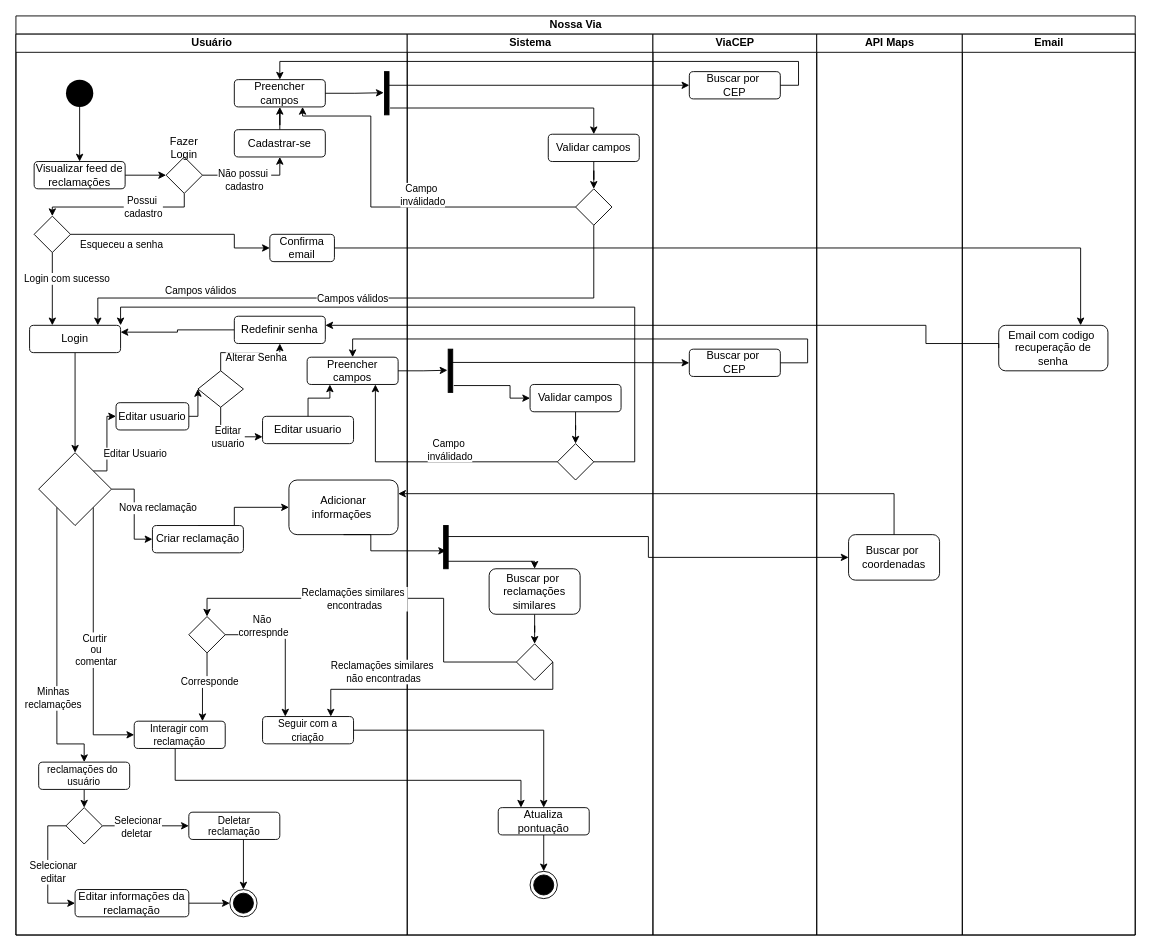
frsouzaa/Documentacao-TCC-NossaVia keeps this draw.io diagram as Documentação/Diagramas/Diagrama de Atividades.drawio. Above is the earlier version. Source tidied: cells renumbered, new cells numbered last; positions are measured from the earlier drawing's top-left corner, leaving out a move shared by most shapes. Both pictures are drawn from the tidied source at 91%, with x=0, y=0 at pixel (15, 15).
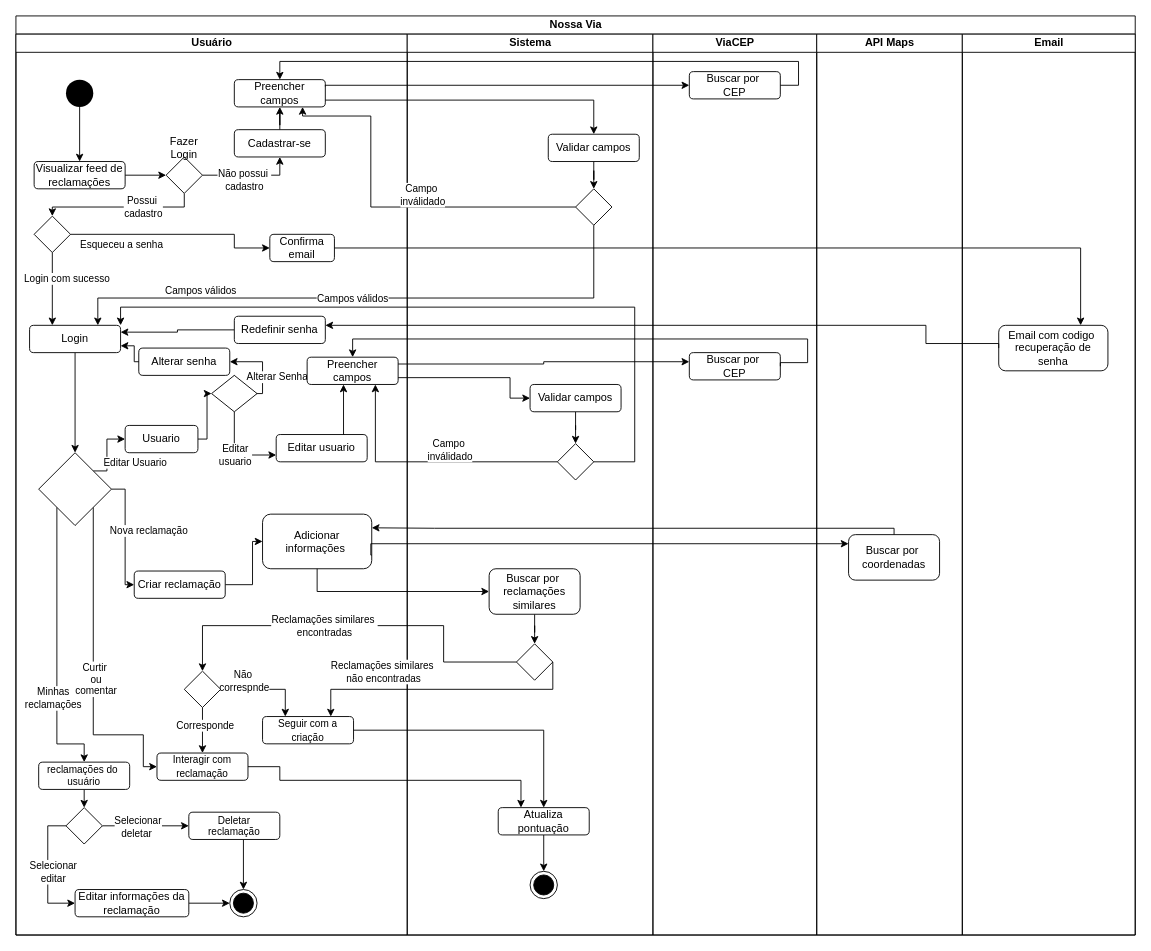
The same page after the edit.

The change refers to these unchanged cells:
```xml
<mxCell id="2" value="Nossa Via" style="swimlane;startSize=20;html=1;" parent="1" vertex="1">
  <mxGeometry width="1230" height="1010" as="geometry" />
</mxCell>
<mxCell id="3" value="Usuário" style="swimlane;startSize=20;html=1;" parent="2" vertex="1">
  <mxGeometry y="20" width="430" height="990" as="geometry" />
</mxCell>
<mxCell id="8" value="Preencher campos" style="rounded=1;whiteSpace=wrap;html=1;" parent="3" vertex="1">
  <mxGeometry x="240" y="50" width="100" height="30" as="geometry" />
</mxCell>
<mxCell id="11" value="Login" style="rounded=1;whiteSpace=wrap;html=1;" parent="3" vertex="1">
  <mxGeometry x="15" y="320" width="100" height="30" as="geometry" />
</mxCell>
<mxCell id="24" style="rhombus;whiteSpace=wrap;html=1;" parent="3" vertex="1">
  <mxGeometry x="25" y="460" width="80" height="80" as="geometry" />
</mxCell>
<mxCell id="50" value="Redefinir senha" style="rounded=1;whiteSpace=wrap;html=1;" parent="3" vertex="1">
  <mxGeometry x="240" y="310" width="100" height="30" as="geometry" />
</mxCell>
<mxCell id="65" value="Preencher campos" style="rounded=1;whiteSpace=wrap;html=1;" parent="3" vertex="1">
  <mxGeometry x="320" y="355" width="100" height="30" as="geometry" />
</mxCell>
<mxCell id="70" value="Sistema" style="swimlane;startSize=20;html=1;" parent="2" vertex="1">
  <mxGeometry x="430" y="20" width="270" height="990" as="geometry" />
</mxCell>
<mxCell id="72" value="Validar campos" style="rounded=1;whiteSpace=wrap;html=1;" parent="70" vertex="1">
  <mxGeometry x="155" y="110" width="100" height="30" as="geometry" />
</mxCell>
<mxCell id="75" value="Atualiza pontuação" style="rounded=1;whiteSpace=wrap;html=1;" parent="70" vertex="1">
  <mxGeometry x="100" y="850" width="100" height="30" as="geometry" />
</mxCell>
<mxCell id="78" value="Validar campos" style="rounded=1;whiteSpace=wrap;html=1;" parent="70" vertex="1">
  <mxGeometry x="135" y="385" width="100" height="30" as="geometry" />
</mxCell>
<mxCell id="81" value="Buscar por&amp;nbsp;&lt;div&gt;&lt;span style=&quot;text-wrap: nowrap;&quot;&gt;&lt;font style=&quot;font-size: 12px;&quot;&gt;reclamações&lt;/font&gt;&lt;/span&gt;&lt;div&gt;similares&lt;/div&gt;&lt;/div&gt;" style="rounded=1;whiteSpace=wrap;html=1;" parent="70" vertex="1">
  <mxGeometry x="90" y="587.5" width="100" height="50" as="geometry" />
</mxCell>
<mxCell id="82" style="rhombus;whiteSpace=wrap;html=1;" parent="70" vertex="1">
  <mxGeometry x="120" y="670" width="40" height="40" as="geometry" />
</mxCell>
<mxCell id="93" value="ViaCEP" style="swimlane;startSize=20;html=1;" parent="2" vertex="1">
  <mxGeometry x="700" y="20" width="180" height="990" as="geometry" />
</mxCell>
<mxCell id="94" value="Buscar por&amp;nbsp;&lt;div&gt;&lt;div&gt;CEP&lt;/div&gt;&lt;/div&gt;" style="rounded=1;whiteSpace=wrap;html=1;" parent="93" vertex="1">
  <mxGeometry x="40" y="41.2" width="100" height="30" as="geometry" />
</mxCell>
<mxCell id="99" value="Buscar por&amp;nbsp;&lt;div&gt;coordenadas&lt;/div&gt;" style="rounded=1;whiteSpace=wrap;html=1;" parent="98" vertex="1">
  <mxGeometry x="35" y="550" width="100" height="50" as="geometry" />
</mxCell>
```

Change to the diagram source:
```diff
@@
     <mxCell id="16" style="edgeStyle=orthogonalEdgeStyle;rounded=0;jettySize=auto;html=1;exitX=1;exitY=0.5;exitDx=0;exitDy=0;entryX=0;entryY=0.5;entryDx=0;entryDy=0;" parent="3" edge="1" source="24" target="26">
       <mxGeometry relative="1" as="geometry">
         <Array as="points">
-          <mxPoint x="130" y="500" />
-          <mxPoint x="130" y="555" />
+          <mxPoint x="120" y="500" />
+          <mxPoint x="120" y="605" />
         </Array>
       </mxGeometry>
     </mxCell>
@@
     <mxCell id="20" style="edgeStyle=orthogonalEdgeStyle;rounded=0;jettySize=auto;html=1;exitX=1;exitY=1;exitDx=0;exitDy=0;entryX=0;entryY=0.5;entryDx=0;entryDy=0;" parent="3" edge="1" source="24" target="28">
       <mxGeometry relative="1" as="geometry">
         <Array as="points">
           <mxPoint x="85" y="770" />
+          <mxPoint x="140" y="770" />
+          <mxPoint x="140" y="805" />
         </Array>
       </mxGeometry>
     </mxCell>
@@
     <mxCell id="22" style="edgeStyle=orthogonalEdgeStyle;rounded=0;jettySize=auto;html=1;exitX=1;exitY=0;exitDx=0;exitDy=0;entryX=0;entryY=0.5;entryDx=0;entryDy=0;" parent="3" edge="1" source="24" target="57">
       <mxGeometry relative="1" as="geometry">
         <Array as="points">
           <mxPoint x="100" y="480" />
-          <mxPoint x="100" y="420" />
+          <mxPoint x="100" y="445" />
         </Array>
       </mxGeometry>
     </mxCell>
     <mxCell id="23" value="Editar Usuario" style="edgeLabel;html=1;align=center;verticalAlign=middle;" parent="22" vertex="1">
       <mxGeometry x="-0.16" relative="1" as="geometry">
-        <mxPoint x="30" y="1" as="offset" />
+        <mxPoint x="30" y="4" as="offset" />
       </mxGeometry>
     </mxCell>
@@
-    <mxCell id="25" style="edgeStyle=orthogonalEdgeStyle;rounded=0;jettySize=auto;html=1;exitX=0.5;exitY=0;exitDx=0;exitDy=0;entryX=0;entryY=0.5;entryDx=0;entryDy=0;" parent="3" edge="1" source="26" target="27">
+    <mxCell id="25" style="edgeStyle=orthogonalEdgeStyle;rounded=0;jettySize=auto;html=1;exitX=1;exitY=0.5;exitDx=0;exitDy=0;entryX=0;entryY=0.5;entryDx=0;entryDy=0;" parent="3" edge="1" source="26" target="27">
       <mxGeometry relative="1" as="geometry">
         <Array as="points">
-          <mxPoint x="240" y="520" />
+          <mxPoint x="260" y="605" />
+          <mxPoint x="260" y="558" />
+          <mxPoint x="271" y="558" />
         </Array>
       </mxGeometry>
     </mxCell>
     <mxCell id="26" value="&lt;font style=&quot;font-size: 12px;&quot;&gt;Criar&amp;nbsp;&lt;span style=&quot;text-wrap: nowrap;&quot;&gt;reclamação&lt;/span&gt;&lt;/font&gt;" style="rounded=1;whiteSpace=wrap;html=1;" parent="3" vertex="1">
-      <mxGeometry x="150" y="540" width="100" height="30" as="geometry" />
+      <mxGeometry x="130" y="590" width="100" height="30" as="geometry" />
     </mxCell>
     <mxCell id="27" value="Adicionar informações&amp;nbsp;" style="rounded=1;whiteSpace=wrap;html=1;" parent="3" vertex="1">
-      <mxGeometry x="300" y="490" width="120" height="60" as="geometry" />
+      <mxGeometry x="271" y="527.5" width="120" height="60" as="geometry" />
     </mxCell>
     <mxCell id="28" value="&lt;span style=&quot;font-size: 11px;&quot;&gt;Interagir com reclamação&lt;/span&gt;" style="rounded=1;whiteSpace=wrap;html=1;" parent="3" vertex="1">
-      <mxGeometry x="130" y="755" width="100" height="30" as="geometry" />
+      <mxGeometry x="155" y="790" width="100" height="30" as="geometry" />
     </mxCell>
@@
-    <mxCell id="41" style="edgeStyle=orthogonalEdgeStyle;rounded=0;jettySize=auto;html=1;entryX=0.75;entryY=0;entryDx=0;entryDy=0;" parent="3" edge="1" source="45" target="28">
+    <mxCell id="41" style="edgeStyle=orthogonalEdgeStyle;rounded=0;jettySize=auto;html=1;entryX=0.5;entryY=0;entryDx=0;entryDy=0;" parent="3" edge="1" source="45" target="28">
       <mxGeometry relative="1" as="geometry" />
     </mxCell>
@@
     <mxCell id="45" style="rhombus;whiteSpace=wrap;html=1;" parent="3" vertex="1">
-      <mxGeometry x="190" y="640" width="40" height="40" as="geometry" />
+      <mxGeometry x="185" y="700" width="40" height="40" as="geometry" />
     </mxCell>
@@
     <mxCell id="56" style="edgeStyle=orthogonalEdgeStyle;rounded=0;jettySize=auto;html=1;exitX=1;exitY=0.5;exitDx=0;exitDy=0;entryX=0;entryY=0.5;entryDx=0;entryDy=0;" parent="3" edge="1" source="57" target="64">
-      <mxGeometry relative="1" as="geometry" />
+      <mxGeometry relative="1" as="geometry">
+        <Array as="points">
+          <mxPoint x="210" y="445" />
+          <mxPoint x="210" y="395" />
+        </Array>
+      </mxGeometry>
     </mxCell>
-    <mxCell id="57" value="Editar usuario" style="rounded=1;whiteSpace=wrap;html=1;" parent="3" vertex="1">
-      <mxGeometry x="110" y="405" width="80" height="30" as="geometry" />
+    <mxCell id="57" value="Usuario" style="rounded=1;whiteSpace=wrap;html=1;" parent="3" vertex="1">
+      <mxGeometry x="120" y="430" width="80" height="30" as="geometry" />
     </mxCell>
@@
-    <mxCell id="60" style="html=1;points=[];perimeter=orthogonalPerimeter;fillColor=strokeColor;direction=east;" parent="3" vertex="1">
-      <mxGeometry x="405" y="41.2" width="5" height="47.5" as="geometry" />
-    </mxCell>
-    <mxCell id="61" style="edgeStyle=orthogonalEdgeStyle;rounded=0;jettySize=auto;html=1;exitX=1;exitY=0.5;exitDx=0;exitDy=0;entryX=-0.16;entryY=0.488;entryDx=0;entryDy=0;entryPerimeter=0;" parent="3" edge="1" source="8" target="60">
-      <mxGeometry relative="1" as="geometry" />
-    </mxCell>
-    <mxCell id="62" style="edgeStyle=orthogonalEdgeStyle;rounded=0;jettySize=auto;html=1;exitX=0.5;exitY=0;exitDx=0;exitDy=0;entryX=0.5;entryY=1;entryDx=0;entryDy=0;" parent="3" edge="1" source="64" target="50">
-      <mxGeometry relative="1" as="geometry" />
+    <mxCell id="62" style="edgeStyle=orthogonalEdgeStyle;rounded=0;jettySize=auto;html=1;exitX=0.5;exitY=0;exitDx=0;exitDy=0;entryX=1;entryY=0.5;entryDx=0;entryDy=0;" parent="3" edge="1" source="64" target="120">
+      <mxGeometry relative="1" as="geometry">
+        <Array as="points">
+          <mxPoint x="271" y="395" />
+          <mxPoint x="271" y="360" />
+        </Array>
+      </mxGeometry>
     </mxCell>
     <mxCell id="63" value="Alterar Senha" style="edgeLabel;html=1;align=center;verticalAlign=middle;" parent="62" vertex="1">
       <mxGeometry x="0.21" y="-3" relative="1" as="geometry">
-        <mxPoint x="-4" as="offset" />
+        <mxPoint x="12" y="4" as="offset" />
       </mxGeometry>
     </mxCell>
     <mxCell id="64" style="rhombus;whiteSpace=wrap;html=1;" parent="3" vertex="1">
-      <mxGeometry x="200" y="370" width="50" height="40" as="geometry" />
+      <mxGeometry x="215" y="375" width="50" height="40" as="geometry" />
     </mxCell>
@@
     <mxCell id="66" value="Editar usuario" style="rounded=1;whiteSpace=wrap;html=1;" parent="3" vertex="1">
-      <mxGeometry x="271" y="420" width="100" height="30" as="geometry" />
+      <mxGeometry x="286" y="440" width="100" height="30" as="geometry" />
     </mxCell>
-    <mxCell id="67" style="edgeStyle=orthogonalEdgeStyle;rounded=0;jettySize=auto;html=1;entryX=0.25;entryY=1;entryDx=0;entryDy=0;" parent="3" edge="1" source="66" target="65">
+    <mxCell id="67" style="edgeStyle=orthogonalEdgeStyle;rounded=0;jettySize=auto;html=1;exitX=0.75;exitY=0;exitDx=0;exitDy=0;" parent="3" edge="1" source="66" target="65">
       <mxGeometry relative="1" as="geometry">
         <Array as="points">
-          <mxPoint x="321" y="400" />
-          <mxPoint x="345" y="400" />
+          <mxPoint x="360" y="440" />
         </Array>
       </mxGeometry>
     </mxCell>
@@
+    <mxCell id="119" style="edgeStyle=orthogonalEdgeStyle;rounded=0;jettySize=auto;html=1;exitX=0;exitY=0.5;exitDx=0;exitDy=0;entryX=1;entryY=0.75;entryDx=0;entryDy=0;" parent="3" edge="1" source="120" target="11">
+      <mxGeometry relative="1" as="geometry">
+        <Array as="points">
+          <mxPoint x="140" y="360" />
+          <mxPoint x="130" y="360" />
+          <mxPoint x="130" y="343" />
+        </Array>
+      </mxGeometry>
+    </mxCell>
+    <mxCell id="120" value="Alterar senha" style="rounded=1;whiteSpace=wrap;html=1;" parent="3" vertex="1">
+      <mxGeometry x="135" y="345" width="100" height="30" as="geometry" />
+    </mxCell>
@@
-    <mxCell id="83" style="html=1;points=[];perimeter=orthogonalPerimeter;fillColor=strokeColor;direction=east;" parent="70" vertex="1">
-      <mxGeometry x="40" y="540" width="5" height="47.5" as="geometry" />
-    </mxCell>
-    <mxCell id="84" style="edgeStyle=orthogonalEdgeStyle;jettySize=auto;html=1;rounded=0;entryX=0.5;entryY=0;entryDx=0;entryDy=0;exitX=0.813;exitY=0.827;exitDx=0;exitDy=0;exitPerimeter=0;" parent="70" edge="1" source="83" target="81">
-      <mxGeometry relative="1" as="geometry">
-        <Array as="points">
-          <mxPoint x="140" y="579" />
-        </Array>
-      </mxGeometry>
-    </mxCell>
@@
-    <mxCell id="88" style="edgeStyle=orthogonalEdgeStyle;rounded=0;jettySize=auto;html=1;entryX=0.25;entryY=0;entryDx=0;entryDy=0;" parent="2" edge="1" source="28" target="75">
+    <mxCell id="88" style="edgeStyle=orthogonalEdgeStyle;rounded=0;jettySize=auto;html=1;entryX=0.25;entryY=0;entryDx=0;entryDy=0;exitX=1;exitY=0.5;exitDx=0;exitDy=0;" parent="2" edge="1" source="28" target="75">
       <mxGeometry relative="1" as="geometry">
         <Array as="points">
-          <mxPoint x="175" y="840" />
+          <mxPoint x="290" y="825" />
+          <mxPoint x="290" y="840" />
           <mxPoint x="555" y="840" />
         </Array>
       </mxGeometry>
     </mxCell>
     <mxCell id="89" style="edgeStyle=orthogonalEdgeStyle;rounded=0;jettySize=auto;html=1;entryX=0.5;entryY=0;entryDx=0;entryDy=0;exitX=0;exitY=0.5;exitDx=0;exitDy=0;" parent="2" edge="1" source="82" target="45">
       <mxGeometry relative="1" as="geometry">
         <Array as="points">
           <mxPoint x="470" y="710" />
-          <mxPoint x="470" y="640" />
-          <mxPoint x="210" y="640" />
+          <mxPoint x="470" y="670" />
+          <mxPoint x="205" y="670" />
         </Array>
       </mxGeometry>
     </mxCell>
@@
-    <mxCell id="95" style="html=1;points=[];perimeter=orthogonalPerimeter;fillColor=strokeColor;direction=east;" parent="93" vertex="1">
-      <mxGeometry x="-225" y="346.2" width="5" height="47.5" as="geometry" />
-    </mxCell>
     <mxCell id="96" value="Buscar por&amp;nbsp;&lt;div&gt;&lt;div&gt;CEP&lt;/div&gt;&lt;/div&gt;" style="rounded=1;whiteSpace=wrap;html=1;" parent="93" vertex="1">
-      <mxGeometry x="40" y="346.2" width="100" height="30" as="geometry" />
+      <mxGeometry x="40" y="350" width="100" height="30" as="geometry" />
     </mxCell>
-    <mxCell id="97" style="edgeStyle=orthogonalEdgeStyle;jettySize=auto;html=1;rounded=0;exitX=0.8;exitY=0.307;exitDx=0;exitDy=0;exitPerimeter=0;" parent="93" edge="1" source="95" target="96">
-      <mxGeometry relative="1" as="geometry" />
-    </mxCell>
@@
-    <mxCell id="105" style="edgeStyle=orthogonalEdgeStyle;jettySize=auto;html=1;rounded=0;entryX=0;entryY=0.5;entryDx=0;entryDy=0;exitX=0.8;exitY=0.307;exitDx=0;exitDy=0;exitPerimeter=0;" parent="2" edge="1" source="60" target="94">
+    <mxCell id="105" style="edgeStyle=orthogonalEdgeStyle;jettySize=auto;html=1;rounded=0;entryX=0;entryY=0.5;entryDx=0;entryDy=0;exitX=1;exitY=0.25;exitDx=0;exitDy=0;" parent="2" edge="1" source="8" target="94">
       <mxGeometry relative="1" as="geometry">
         <Array as="points">
-          <mxPoint x="740" y="76" />
+          <mxPoint x="340" y="76" />
         </Array>
       </mxGeometry>
     </mxCell>
@@
-    <mxCell id="107" style="edgeStyle=orthogonalEdgeStyle;jettySize=auto;html=1;rounded=0;exitX=1.231;exitY=0.842;exitDx=0;exitDy=0;exitPerimeter=0;entryX=0.5;entryY=0;entryDx=0;entryDy=0;" parent="2" edge="1" source="60" target="72">
+    <mxCell id="107" style="edgeStyle=orthogonalEdgeStyle;jettySize=auto;html=1;rounded=0;exitX=1;exitY=0.75;exitDx=0;exitDy=0;entryX=0.5;entryY=0;entryDx=0;entryDy=0;" parent="2" edge="1" source="8" target="72">
       <mxGeometry relative="1" as="geometry" />
     </mxCell>
@@
-    <mxCell id="109" style="edgeStyle=orthogonalEdgeStyle;rounded=0;jettySize=auto;html=1;exitX=1;exitY=0.5;exitDx=0;exitDy=0;entryX=-0.16;entryY=0.488;entryDx=0;entryDy=0;entryPerimeter=0;" parent="2" edge="1" source="65" target="95">
-      <mxGeometry relative="1" as="geometry" />
-    </mxCell>
@@
-    <mxCell id="113" style="edgeStyle=orthogonalEdgeStyle;jettySize=auto;html=1;rounded=0;exitX=1.231;exitY=0.842;exitDx=0;exitDy=0;exitPerimeter=0;entryX=0;entryY=0.5;entryDx=0;entryDy=0;" parent="2" edge="1" source="95" target="78">
+    <mxCell id="113" style="edgeStyle=orthogonalEdgeStyle;jettySize=auto;html=1;rounded=0;exitX=1;exitY=0.75;exitDx=0;exitDy=0;entryX=0;entryY=0.5;entryDx=0;entryDy=0;" parent="2" edge="1" source="65" target="78">
       <mxGeometry relative="1" as="geometry">
         <Array as="points">
-          <mxPoint x="543" y="406" />
+          <mxPoint x="543" y="398" />
           <mxPoint x="543" y="420" />
         </Array>
       </mxGeometry>
     </mxCell>
@@
     <mxCell id="115" style="edgeStyle=orthogonalEdgeStyle;rounded=0;jettySize=auto;html=1;exitX=0.5;exitY=0;exitDx=0;exitDy=0;entryX=1;entryY=0.25;entryDx=0;entryDy=0;" parent="2" edge="1" source="99" target="27">
       <mxGeometry relative="1" as="geometry">
         <Array as="points">
-          <mxPoint x="965" y="525" />
+          <mxPoint x="965" y="563" />
+          <mxPoint x="460" y="563" />
         </Array>
       </mxGeometry>
     </mxCell>
-    <mxCell id="116" style="edgeStyle=orthogonalEdgeStyle;rounded=0;jettySize=auto;html=1;exitX=0.5;exitY=1;exitDx=0;exitDy=0;entryX=0.533;entryY=0.586;entryDx=0;entryDy=0;entryPerimeter=0;" parent="2" edge="1" source="27" target="83">
-      <mxGeometry relative="1" as="geometry">
-        <Array as="points">
-          <mxPoint x="390" y="570" />
-        </Array>
-      </mxGeometry>
-    </mxCell>
-    <mxCell id="117" style="edgeStyle=orthogonalEdgeStyle;jettySize=auto;html=1;rounded=0;exitX=0.813;exitY=0.255;exitDx=0;exitDy=0;exitPerimeter=0;" parent="2" edge="1" source="83" target="99">
-      <mxGeometry relative="1" as="geometry" />
+    <mxCell id="117" style="edgeStyle=orthogonalEdgeStyle;jettySize=auto;html=1;rounded=0;exitX=1;exitY=0.75;exitDx=0;exitDy=0;" parent="2" edge="1" source="27" target="99">
+      <mxGeometry relative="1" as="geometry">
+        <Array as="points">
+          <mxPoint x="390" y="580" />
+        </Array>
+      </mxGeometry>
     </mxCell>
+    <mxCell id="97" style="edgeStyle=orthogonalEdgeStyle;jettySize=auto;html=1;rounded=0;exitX=1;exitY=0.25;exitDx=0;exitDy=0;" parent="2" edge="1" source="65" target="96">
+      <mxGeometry relative="1" as="geometry">
+        <Array as="points">
+          <mxPoint x="580" y="383" />
+          <mxPoint x="580" y="380" />
+        </Array>
+      </mxGeometry>
+    </mxCell>
+    <mxCell id="84" style="edgeStyle=orthogonalEdgeStyle;jettySize=auto;html=1;rounded=0;exitX=0.5;exitY=1;exitDx=0;exitDy=0;entryX=0;entryY=0.5;entryDx=0;entryDy=0;" parent="2" edge="1" source="27" target="81">
+      <mxGeometry relative="1" as="geometry">
+        <Array as="points">
+          <mxPoint x="331" y="633" />
+          <mxPoint x="520" y="633" />
+        </Array>
+      </mxGeometry>
+    </mxCell>
```
